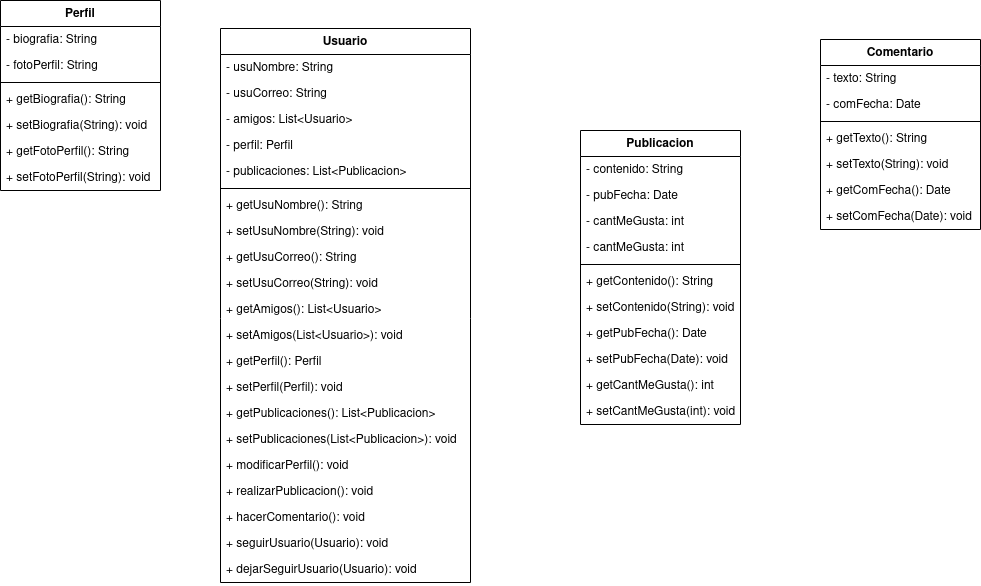
Above: ejercicio1/diagram/ejercicio1-maxi.png in mackstm/examen-ets (draw.io), before the change. Source tidied: cells renumbered, new cells last; positions are measured from the earlier drawing's top-left corner, leaving out a move shared by most shapes.
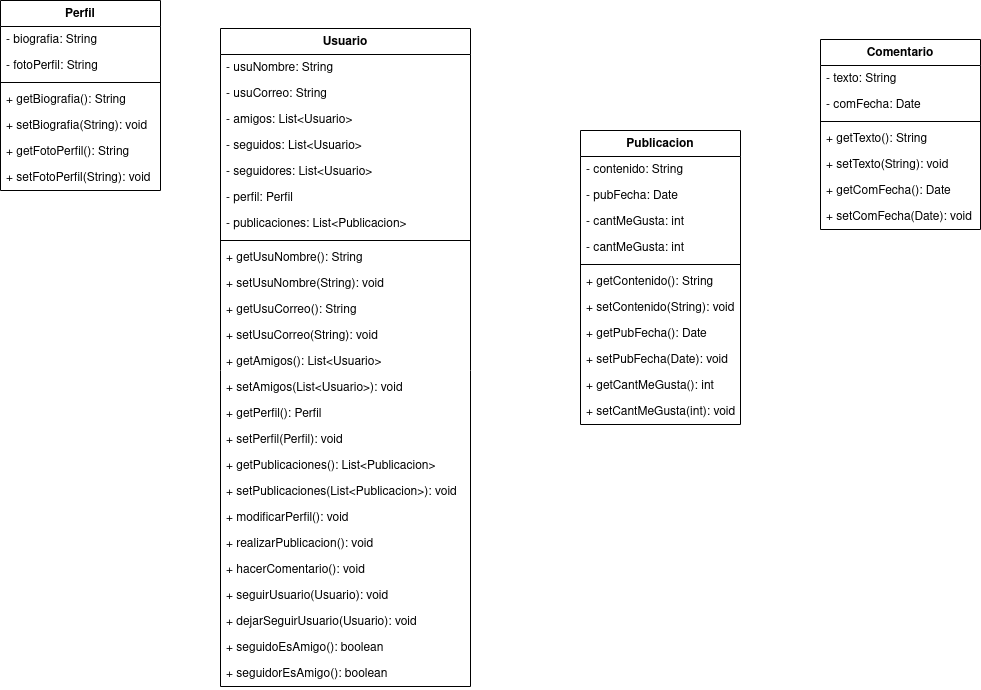
Above is the later version.

Change to the diagram source:
```diff
@@ -3,7 +3,7 @@
     <mxCell id="0" />
     <mxCell id="1" parent="0" />
     <mxCell id="2" value="Usuario" style="swimlane;fontStyle=1;align=center;verticalAlign=top;horizontal=1;startSize=26;whiteSpace=wrap;html=1;" parent="1" vertex="1">
-      <mxGeometry x="220" y="28" width="250" height="554" as="geometry" />
+      <mxGeometry x="220" y="28" width="250" height="658" as="geometry" />
     </mxCell>
     <mxCell id="3" value="- usuNombre: String" style="text;strokeColor=none;fillColor=none;align=left;verticalAlign=top;spacingLeft=4;spacingRight=4;overflow=hidden;whiteSpace=wrap;html=1;" parent="2" vertex="1">
       <mxGeometry y="26" width="250" height="26" as="geometry" />
@@ -14,60 +14,72 @@
     <mxCell id="5" value="- amigos: List&amp;lt;Usuario&amp;gt;" style="text;strokeColor=none;fillColor=none;align=left;verticalAlign=top;spacingLeft=4;spacingRight=4;overflow=hidden;whiteSpace=wrap;html=1;" parent="2" vertex="1">
       <mxGeometry y="78" width="250" height="26" as="geometry" />
     </mxCell>
+    <mxCell id="52" value="- seguidos: List&amp;lt;Usuario&amp;gt;" style="text;strokeColor=none;fillColor=none;align=left;verticalAlign=top;spacingLeft=4;spacingRight=4;overflow=hidden;whiteSpace=wrap;html=1;" parent="2" vertex="1">
+      <mxGeometry y="104" width="250" height="26" as="geometry" />
+    </mxCell>
+    <mxCell id="53" value="- seguidores: List&amp;lt;Usuario&amp;gt;" style="text;strokeColor=none;fillColor=none;align=left;verticalAlign=top;spacingLeft=4;spacingRight=4;overflow=hidden;whiteSpace=wrap;html=1;" parent="2" vertex="1">
+      <mxGeometry y="130" width="250" height="26" as="geometry" />
+    </mxCell>
     <mxCell id="6" value="- perfil: Perfil" style="text;strokeColor=none;fillColor=none;align=left;verticalAlign=top;spacingLeft=4;spacingRight=4;overflow=hidden;whiteSpace=wrap;html=1;" parent="2" vertex="1">
-      <mxGeometry y="104" width="250" height="26" as="geometry" />
+      <mxGeometry y="156" width="250" height="26" as="geometry" />
     </mxCell>
     <mxCell id="7" value="- publicaciones: List&amp;lt;Publicacion&amp;gt;" style="text;strokeColor=none;fillColor=none;align=left;verticalAlign=top;spacingLeft=4;spacingRight=4;overflow=hidden;whiteSpace=wrap;html=1;" parent="2" vertex="1">
-      <mxGeometry y="130" width="250" height="26" as="geometry" />
+      <mxGeometry y="182" width="250" height="26" as="geometry" />
     </mxCell>
     <mxCell id="8" style="line;strokeWidth=1;fillColor=none;align=left;verticalAlign=middle;spacingTop=-1;spacingLeft=3;spacingRight=3;labelPosition=right;strokeColor=inherit;" parent="2" vertex="1">
-      <mxGeometry y="156" width="250" height="8" as="geometry" />
+      <mxGeometry y="208" width="250" height="8" as="geometry" />
     </mxCell>
     <mxCell id="9" value="+ getUsuNombre(): String" style="text;strokeColor=none;fillColor=none;align=left;verticalAlign=top;spacingLeft=4;spacingRight=4;overflow=hidden;whiteSpace=wrap;html=1;" parent="2" vertex="1">
-      <mxGeometry y="164" width="250" height="26" as="geometry" />
+      <mxGeometry y="216" width="250" height="26" as="geometry" />
     </mxCell>
     <mxCell id="10" value="+ setUsuNombre(String): void" style="text;strokeColor=none;fillColor=none;align=left;verticalAlign=top;spacingLeft=4;spacingRight=4;overflow=hidden;whiteSpace=wrap;html=1;" parent="2" vertex="1">
-      <mxGeometry y="190" width="250" height="26" as="geometry" />
+      <mxGeometry y="242" width="250" height="26" as="geometry" />
     </mxCell>
     <mxCell id="11" value="+ getUsuCorreo(): String" style="text;strokeColor=none;fillColor=none;align=left;verticalAlign=top;spacingLeft=4;spacingRight=4;overflow=hidden;whiteSpace=wrap;html=1;" parent="2" vertex="1">
-      <mxGeometry y="216" width="250" height="26" as="geometry" />
+      <mxGeometry y="268" width="250" height="26" as="geometry" />
     </mxCell>
     <mxCell id="12" value="+ setUsuCorreo(String): void" style="text;strokeColor=none;fillColor=none;align=left;verticalAlign=top;spacingLeft=4;spacingRight=4;overflow=hidden;whiteSpace=wrap;html=1;" parent="2" vertex="1">
-      <mxGeometry y="242" width="250" height="26" as="geometry" />
+      <mxGeometry y="294" width="250" height="26" as="geometry" />
     </mxCell>
     <mxCell id="13" value="+ getAmigos(): List&amp;lt;Usuario&amp;gt;" style="text;strokeColor=none;fillColor=none;align=left;verticalAlign=top;spacingLeft=4;spacingRight=4;overflow=hidden;whiteSpace=wrap;html=1;" parent="2" vertex="1">
-      <mxGeometry y="268" width="250" height="26" as="geometry" />
+      <mxGeometry y="320" width="250" height="26" as="geometry" />
     </mxCell>
     <mxCell id="14" value="+ setAmigos(List&amp;lt;Usuario&amp;gt;): void" style="text;strokeColor=none;fillColor=none;align=left;verticalAlign=top;spacingLeft=4;spacingRight=4;overflow=hidden;whiteSpace=wrap;html=1;" parent="2" vertex="1">
-      <mxGeometry y="294" width="250" height="26" as="geometry" />
+      <mxGeometry y="346" width="250" height="26" as="geometry" />
     </mxCell>
     <mxCell id="15" value="+ getPerfil(): Perfil" style="text;strokeColor=none;fillColor=none;align=left;verticalAlign=top;spacingLeft=4;spacingRight=4;overflow=hidden;whiteSpace=wrap;html=1;" parent="2" vertex="1">
-      <mxGeometry y="320" width="250" height="26" as="geometry" />
+      <mxGeometry y="372" width="250" height="26" as="geometry" />
     </mxCell>
     <mxCell id="16" value="+ setPerfil(Perfil): void" style="text;strokeColor=none;fillColor=none;align=left;verticalAlign=top;spacingLeft=4;spacingRight=4;overflow=hidden;whiteSpace=wrap;html=1;" parent="2" vertex="1">
-      <mxGeometry y="346" width="250" height="26" as="geometry" />
+      <mxGeometry y="398" width="250" height="26" as="geometry" />
     </mxCell>
     <mxCell id="17" value="+ getPublicaciones(): List&amp;lt;Publicacion&amp;gt;" style="text;strokeColor=none;fillColor=none;align=left;verticalAlign=top;spacingLeft=4;spacingRight=4;overflow=hidden;whiteSpace=wrap;html=1;" parent="2" vertex="1">
-      <mxGeometry y="372" width="250" height="26" as="geometry" />
+      <mxGeometry y="424" width="250" height="26" as="geometry" />
     </mxCell>
     <mxCell id="18" value="+ setPublicaciones(List&amp;lt;Publicacion&amp;gt;): void" style="text;strokeColor=none;fillColor=none;align=left;verticalAlign=top;spacingLeft=4;spacingRight=4;overflow=hidden;whiteSpace=wrap;html=1;" parent="2" vertex="1">
-      <mxGeometry y="398" width="250" height="26" as="geometry" />
+      <mxGeometry y="450" width="250" height="26" as="geometry" />
     </mxCell>
     <mxCell id="19" value="+ modificarPerfil(): void" style="text;strokeColor=none;fillColor=none;align=left;verticalAlign=top;spacingLeft=4;spacingRight=4;overflow=hidden;whiteSpace=wrap;html=1;" parent="2" vertex="1">
-      <mxGeometry y="424" width="250" height="26" as="geometry" />
+      <mxGeometry y="476" width="250" height="26" as="geometry" />
     </mxCell>
     <mxCell id="20" value="+ realizarPublicacion(): void" style="text;strokeColor=none;fillColor=none;align=left;verticalAlign=top;spacingLeft=4;spacingRight=4;overflow=hidden;whiteSpace=wrap;html=1;" parent="2" vertex="1">
-      <mxGeometry y="450" width="250" height="26" as="geometry" />
+      <mxGeometry y="502" width="250" height="26" as="geometry" />
     </mxCell>
     <mxCell id="21" value="+ hacerComentario(): void" style="text;strokeColor=none;fillColor=none;align=left;verticalAlign=top;spacingLeft=4;spacingRight=4;overflow=hidden;whiteSpace=wrap;html=1;" parent="2" vertex="1">
-      <mxGeometry y="476" width="250" height="26" as="geometry" />
+      <mxGeometry y="528" width="250" height="26" as="geometry" />
     </mxCell>
     <mxCell id="22" value="+ seguirUsuario(Usuario): void" style="text;strokeColor=none;fillColor=none;align=left;verticalAlign=top;spacingLeft=4;spacingRight=4;overflow=hidden;whiteSpace=wrap;html=1;" parent="2" vertex="1">
-      <mxGeometry y="502" width="250" height="26" as="geometry" />
+      <mxGeometry y="554" width="250" height="26" as="geometry" />
     </mxCell>
     <mxCell id="23" value="+ dejarSeguirUsuario(Usuario): void" style="text;strokeColor=none;fillColor=none;align=left;verticalAlign=top;spacingLeft=4;spacingRight=4;overflow=hidden;whiteSpace=wrap;html=1;" parent="2" vertex="1">
-      <mxGeometry y="528" width="250" height="26" as="geometry" />
+      <mxGeometry y="580" width="250" height="26" as="geometry" />
     </mxCell>
+    <mxCell id="54" value="+ seguidoEsAmigo(): boolean" style="text;strokeColor=none;fillColor=none;align=left;verticalAlign=top;spacingLeft=4;spacingRight=4;overflow=hidden;whiteSpace=wrap;html=1;" parent="2" vertex="1">
+      <mxGeometry y="606" width="250" height="26" as="geometry" />
+    </mxCell>
+    <mxCell id="55" value="+ seguidorEsAmigo(): boolean" style="text;strokeColor=none;fillColor=none;align=left;verticalAlign=top;spacingLeft=4;spacingRight=4;overflow=hidden;whiteSpace=wrap;html=1;" parent="2" vertex="1">
+      <mxGeometry y="632" width="250" height="26" as="geometry" />
+    </mxCell>
     <mxCell id="24" value="Publicacion" style="swimlane;fontStyle=1;align=center;verticalAlign=top;horizontal=1;startSize=26;whiteSpace=wrap;html=1;" parent="1" vertex="1">
       <mxGeometry x="580" y="130" width="160" height="294" as="geometry" />
     </mxCell>
```
